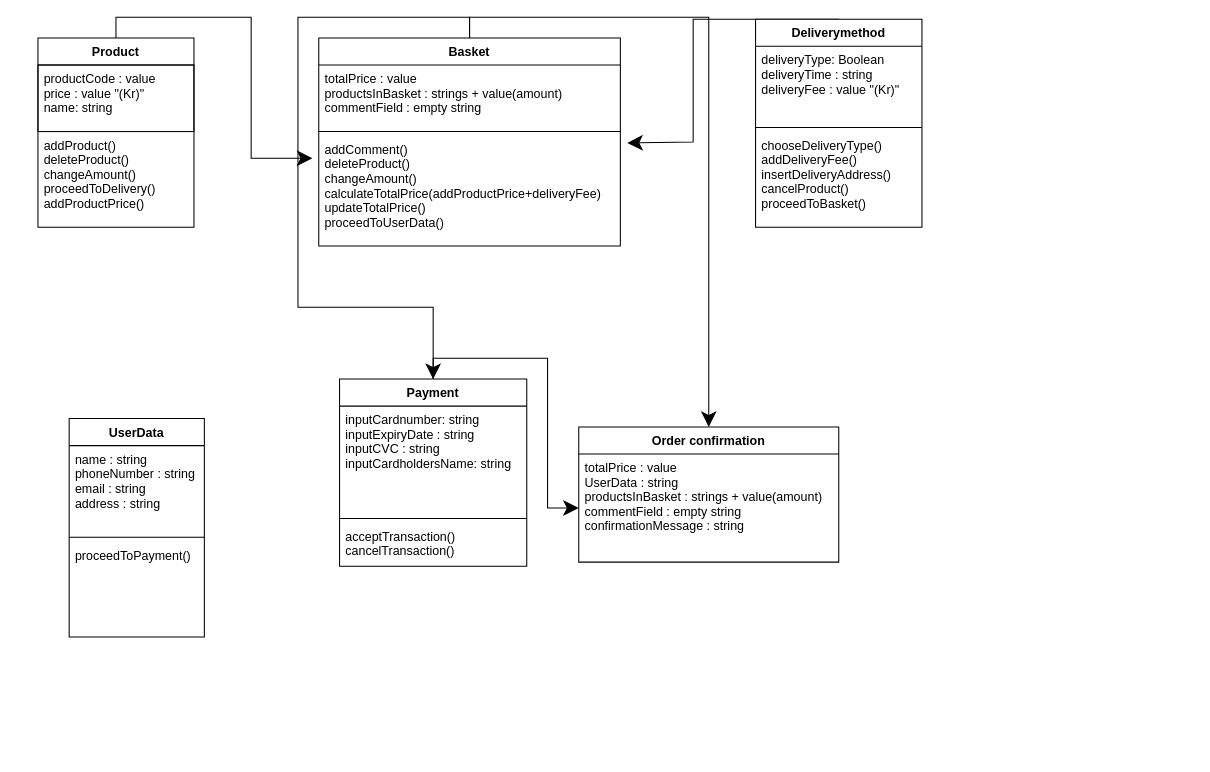
This is Untitled Diagram.drawio from akpe19ab/Sloth-Systems, a draw.io file, before an edit. Source tidied: cells renumbered, new cells numbered last; positions are measured from the earlier drawing's top-left corner, leaving out a move shared by most shapes. Both pictures are drawn from the tidied source at 104%, with x=0, y=0 at pixel (37, 19).
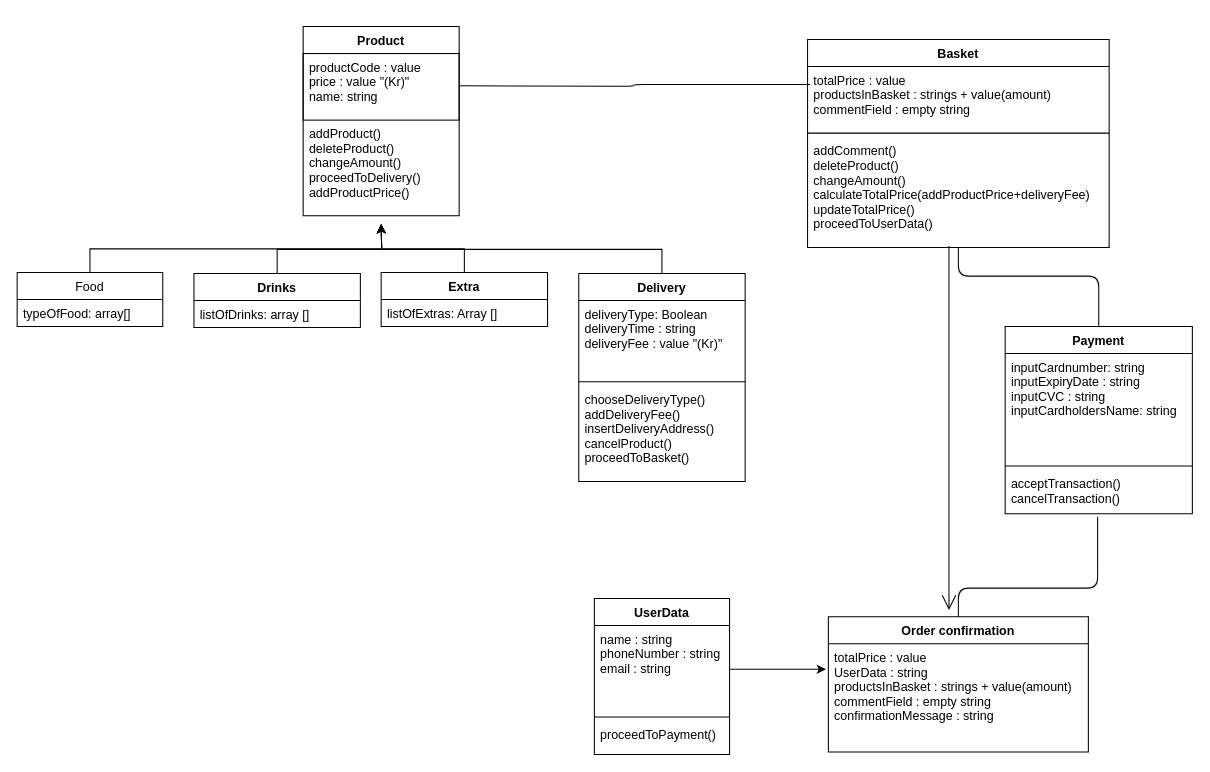
Above is the later version.

The change refers to these unchanged cells:
```xml
<mxCell id="18" value="totalPrice : value&#10;productsInBasket : strings + value(amount)&#10;commentField : empty string" style="text;strokeColor=none;fillColor=none;align=left;verticalAlign=top;spacingLeft=4;spacingRight=4;overflow=hidden;points=[[0,0.5],[1,0.5]];portConstraint=eastwest;" parent="17" vertex="1">
  <mxGeometry y="26" width="290" height="60" as="geometry" />
</mxCell>
<mxCell id="20" value="addComment()&#10;deleteProduct()&#10;changeAmount()&#10;calculateTotalPrice(addProductPrice+deliveryFee)&#10;updateTotalPrice()&#10;proceedToUserData()" style="text;strokeColor=none;fillColor=none;align=left;verticalAlign=top;spacingLeft=4;spacingRight=4;overflow=hidden;points=[[0,0.5],[1,0.5]];portConstraint=eastwest;" parent="17" vertex="1">
  <mxGeometry y="94" width="290" height="106" as="geometry" />
</mxCell>
<mxCell id="25" value="acceptTransaction()&#10;cancelTransaction()" style="text;strokeColor=none;fillColor=none;align=left;verticalAlign=top;spacingLeft=4;spacingRight=4;overflow=hidden;points=[[0,0.5],[1,0.5]];portConstraint=eastwest;" parent="22" vertex="1">
  <mxGeometry y="138" width="180" height="42" as="geometry" />
</mxCell>
<mxCell id="27" value="totalPrice : value&#10;UserData : string&#10;productsInBasket : strings + value(amount)&#10;commentField : empty string&#10;confirmationMessage : string&#10;" style="text;strokeColor=none;fillColor=none;align=left;verticalAlign=top;spacingLeft=4;spacingRight=4;overflow=hidden;points=[[0,0.5],[1,0.5]];portConstraint=eastwest;" parent="26" vertex="1">
  <mxGeometry y="26" width="250" height="104" as="geometry" />
</mxCell>
```

Diff of the diagram source:
```diff
@@
     <mxCell id="2" value="UserData" style="swimlane;fontStyle=1;align=center;verticalAlign=top;horizontal=1;startSize=26;" parent="1" vertex="1">
-      <mxGeometry x="30" y="384" width="130" height="210" as="geometry" />
+      <mxGeometry x="535" y="557" width="130" height="150" as="geometry" />
     </mxCell>
-    <mxCell id="3" value="name : string&#10;phoneNumber : string&#10;email : string&#10;address : string&#10;" style="text;strokeColor=none;fillColor=none;align=left;verticalAlign=top;spacingLeft=4;spacingRight=4;overflow=hidden;points=[[0,0.5],[1,0.5]];portConstraint=eastwest;" parent="2" vertex="1">
+    <mxCell id="3" value="name : string&#10;phoneNumber : string&#10;email : string&#10;" style="text;strokeColor=none;fillColor=none;align=left;verticalAlign=top;spacingLeft=4;spacingRight=4;overflow=hidden;points=[[0,0.5],[1,0.5]];portConstraint=eastwest;" parent="2" vertex="1">
       <mxGeometry y="26" width="130" height="84" as="geometry" />
     </mxCell>
@@
     <mxCell id="5" value="proceedToPayment()&#10;" style="text;strokeColor=none;fillColor=none;align=left;verticalAlign=top;spacingLeft=4;spacingRight=4;overflow=hidden;" parent="2" vertex="1">
-      <mxGeometry y="118" width="130" height="92" as="geometry" />
+      <mxGeometry y="118" width="130" height="32" as="geometry" />
     </mxCell>
-    <mxCell id="6" style="edgeStyle=orthogonalEdgeStyle;rounded=0;jettySize=auto;html=1;exitX=0.5;exitY=0;exitDx=0;exitDy=0;entryX=-0.021;entryY=0.204;entryDx=0;entryDy=0;entryPerimeter=0;startSize=12;sourcePerimeterSpacing=0;endSize=12;fontSize=11;" parent="1" edge="1" source="7" target="20">
-      <mxGeometry relative="1" as="geometry" />
-    </mxCell>
     <mxCell id="7" value="Product" style="swimlane;fontStyle=1;align=center;verticalAlign=top;horizontal=1;startSize=26;" parent="1" vertex="1">
-      <mxGeometry y="18" width="150" height="182" as="geometry" />
+      <mxGeometry x="255" y="7" width="150" height="182" as="geometry" />
     </mxCell>
@@
-    <mxCell id="10" style="edgeStyle=orthogonalEdgeStyle;rounded=0;jettySize=auto;html=1;exitX=0.5;exitY=0;exitDx=0;exitDy=0;entryX=1.023;entryY=0.066;entryDx=0;entryDy=0;entryPerimeter=0;startSize=12;sourcePerimeterSpacing=0;endSize=12;fontSize=11;" parent="1" edge="1" source="11" target="20">
-      <mxGeometry relative="1" as="geometry">
-        <Array as="points">
-          <mxPoint x="630" />
-          <mxPoint x="630" y="118" />
-        </Array>
-      </mxGeometry>
-    </mxCell>
-    <mxCell id="11" value="Deliverymethod" style="swimlane;fontStyle=1;align=center;verticalAlign=top;horizontal=1;startSize=26;" parent="1" vertex="1">
-      <mxGeometry x="690" width="160" height="200" as="geometry" />
-    </mxCell>
-    <mxCell id="12" value="deliveryType: Boolean&#10;deliveryTime : string&#10;deliveryFee : value &quot;(Kr)&quot;" style="text;strokeColor=none;fillColor=none;align=left;verticalAlign=top;spacingLeft=4;spacingRight=4;overflow=hidden;" parent="11" vertex="1">
-      <mxGeometry y="26" width="160" height="74" as="geometry" />
-    </mxCell>
-    <mxCell id="13" style="line;strokeWidth=1;fillColor=none;align=left;verticalAlign=middle;spacingTop=-1;spacingLeft=3;spacingRight=3;labelPosition=right;" parent="11" vertex="1">
-      <mxGeometry y="100" width="160" height="8" as="geometry" />
-    </mxCell>
-    <mxCell id="14" value="chooseDeliveryType()&#10;addDeliveryFee()&#10;insertDeliveryAddress()&#10;cancelProduct()&#10;proceedToBasket()" style="text;strokeColor=none;fillColor=none;align=left;verticalAlign=top;spacingLeft=4;spacingRight=4;overflow=hidden;" parent="11" vertex="1">
-      <mxGeometry y="108" width="160" height="92" as="geometry" />
-    </mxCell>
-    <mxCell id="15" style="edgeStyle=orthogonalEdgeStyle;rounded=0;jettySize=auto;html=1;exitX=0.5;exitY=0;exitDx=0;exitDy=0;startSize=12;sourcePerimeterSpacing=0;endSize=12;fontSize=11;" parent="1" edge="1" source="17" target="22">
-      <mxGeometry relative="1" as="geometry" />
-    </mxCell>
-    <mxCell id="16" style="edgeStyle=orthogonalEdgeStyle;rounded=0;jettySize=auto;html=1;exitX=0.5;exitY=0;exitDx=0;exitDy=0;startSize=12;sourcePerimeterSpacing=0;endSize=12;fontSize=11;" parent="1" edge="1" source="17" target="26">
-      <mxGeometry relative="1" as="geometry" />
-    </mxCell>
     <mxCell id="17" value="Basket" style="swimlane;fontStyle=1;align=center;verticalAlign=top;horizontal=1;startSize=26;" parent="1" vertex="1">
-      <mxGeometry x="270" y="18" width="290" height="200" as="geometry" />
+      <mxGeometry x="740" y="19.5" width="290" height="200" as="geometry" />
     </mxCell>
@@
-    <mxCell id="21" style="edgeStyle=orthogonalEdgeStyle;rounded=0;jettySize=auto;html=1;exitX=0.5;exitY=0;exitDx=0;exitDy=0;startSize=12;sourcePerimeterSpacing=0;endSize=12;fontSize=11;" parent="1" edge="1" source="22" target="27">
-      <mxGeometry relative="1" as="geometry" />
-    </mxCell>
     <mxCell id="22" value="Payment" style="swimlane;fontStyle=1;align=center;verticalAlign=top;horizontal=1;startSize=26;strokeColor=#000000;" parent="1" vertex="1">
-      <mxGeometry x="290" y="346" width="180" height="180" as="geometry" />
+      <mxGeometry x="930" y="295.5" width="180" height="180" as="geometry" />
     </mxCell>
@@
     <mxCell id="26" value="Order confirmation" style="swimlane;fontStyle=1;align=center;verticalAlign=top;horizontal=1;startSize=26;strokeColor=#000000;" parent="1" vertex="1">
-      <mxGeometry x="520" y="392" width="250" height="130" as="geometry" />
+      <mxGeometry x="760" y="574.5" width="250" height="130" as="geometry" />
     </mxCell>
@@
+    <mxCell id="28" style="edgeStyle=orthogonalEdgeStyle;rounded=0;jettySize=auto;html=1;exitX=0.5;exitY=0;exitDx=0;exitDy=0;" parent="1" edge="1" source="29">
+      <mxGeometry relative="1" as="geometry">
+        <mxPoint x="330" y="197" as="targetPoint" />
+      </mxGeometry>
+    </mxCell>
+    <mxCell id="29" value="Drinks" style="swimlane;fontStyle=1;align=center;verticalAlign=top;horizontal=1;startSize=26;" parent="1" vertex="1">
+      <mxGeometry x="150" y="244.5" width="160" height="52" as="geometry" />
+    </mxCell>
+    <mxCell id="30" value="listOfDrinks: array []" style="text;strokeColor=none;fillColor=none;align=left;verticalAlign=top;spacingLeft=4;spacingRight=4;overflow=hidden;" parent="29" vertex="1">
+      <mxGeometry y="26" width="160" height="26" as="geometry" />
+    </mxCell>
+    <mxCell id="31" style="edgeStyle=orthogonalEdgeStyle;rounded=0;jettySize=auto;html=1;exitX=0.5;exitY=0;exitDx=0;exitDy=0;" parent="1" edge="1" source="32">
+      <mxGeometry relative="1" as="geometry">
+        <mxPoint x="330" y="197" as="targetPoint" />
+      </mxGeometry>
+    </mxCell>
+    <mxCell id="32" value="Extra" style="swimlane;fontStyle=1;align=center;verticalAlign=top;horizontal=1;startSize=26;" parent="1" vertex="1">
+      <mxGeometry x="330" y="243.5" width="160" height="52" as="geometry" />
+    </mxCell>
+    <mxCell id="33" value="listOfExtras: Array []" style="text;strokeColor=none;fillColor=none;align=left;verticalAlign=top;spacingLeft=4;spacingRight=4;overflow=hidden;" parent="32" vertex="1">
+      <mxGeometry y="26" width="160" height="26" as="geometry" />
+    </mxCell>
+    <mxCell id="34" style="edgeStyle=orthogonalEdgeStyle;rounded=0;jettySize=auto;html=1;exitX=0.5;exitY=0;exitDx=0;exitDy=0;" parent="1" edge="1" source="35">
+      <mxGeometry relative="1" as="geometry">
+        <mxPoint x="330" y="197" as="targetPoint" />
+      </mxGeometry>
+    </mxCell>
+    <mxCell id="35" value="Delivery" style="swimlane;fontStyle=1;align=center;verticalAlign=top;horizontal=1;startSize=26;" parent="1" vertex="1">
+      <mxGeometry x="520" y="244.5" width="160" height="200" as="geometry" />
+    </mxCell>
+    <mxCell id="12" value="deliveryType: Boolean&#10;deliveryTime : string&#10;deliveryFee : value &quot;(Kr)&quot;" style="text;strokeColor=none;fillColor=none;align=left;verticalAlign=top;spacingLeft=4;spacingRight=4;overflow=hidden;" parent="35" vertex="1">
+      <mxGeometry y="26" width="160" height="74" as="geometry" />
+    </mxCell>
+    <mxCell id="13" style="line;strokeWidth=1;fillColor=none;align=left;verticalAlign=middle;spacingTop=-1;spacingLeft=3;spacingRight=3;labelPosition=right;" parent="35" vertex="1">
+      <mxGeometry y="100" width="160" height="8" as="geometry" />
+    </mxCell>
+    <mxCell id="14" value="chooseDeliveryType()&#10;addDeliveryFee()&#10;insertDeliveryAddress()&#10;cancelProduct()&#10;proceedToBasket()" style="text;strokeColor=none;fillColor=none;align=left;verticalAlign=top;spacingLeft=4;spacingRight=4;overflow=hidden;" parent="35" vertex="1">
+      <mxGeometry y="108" width="160" height="92" as="geometry" />
+    </mxCell>
+    <mxCell id="36" style="endArrow=none;html=1;edgeStyle=orthogonalEdgeStyle;entryX=0.5;entryY=0;entryDx=0;entryDy=0;" parent="1" edge="1" target="22">
+      <mxGeometry relative="1" as="geometry">
+        <mxPoint x="885" y="220" as="sourcePoint" />
+        <Array as="points">
+          <mxPoint x="885" y="247" />
+          <mxPoint x="1020" y="247" />
+        </Array>
+      </mxGeometry>
+    </mxCell>
+    <mxCell id="37" style="edgeStyle=orthogonalEdgeStyle;rounded=0;jettySize=auto;html=1;exitX=1;exitY=0.5;exitDx=0;exitDy=0;entryX=-0.009;entryY=0.236;entryDx=0;entryDy=0;entryPerimeter=0;" parent="1" edge="1" source="3" target="27">
+      <mxGeometry relative="1" as="geometry" />
+    </mxCell>
+    <mxCell id="38" style="endArrow=none;html=1;edgeStyle=orthogonalEdgeStyle;entryX=0.494;entryY=1.067;entryDx=0;entryDy=0;entryPerimeter=0;exitX=0.5;exitY=0;exitDx=0;exitDy=0;" parent="1" edge="1" source="26" target="25">
+      <mxGeometry relative="1" as="geometry">
+        <Array as="points">
+          <mxPoint x="885" y="547" />
+          <mxPoint x="1018" y="547" />
+        </Array>
+      </mxGeometry>
+    </mxCell>
+    <mxCell id="39" style="endArrow=open;endFill=1;endSize=12;html=1;" parent="1" edge="1">
+      <mxGeometry relative="1" as="geometry">
+        <mxPoint x="876" y="218" as="sourcePoint" />
+        <mxPoint x="876" y="568" as="targetPoint" />
+      </mxGeometry>
+    </mxCell>
+    <mxCell id="40" style="endArrow=none;html=1;edgeStyle=orthogonalEdgeStyle;entryX=0.008;entryY=0.288;entryDx=0;entryDy=0;entryPerimeter=0;" parent="1" edge="1" target="18">
+      <mxGeometry relative="1" as="geometry">
+        <mxPoint x="405" y="64" as="sourcePoint" />
+      </mxGeometry>
+    </mxCell>
+    <mxCell id="41" style="edgeStyle=orthogonalEdgeStyle;rounded=0;jettySize=auto;html=1;exitX=0.5;exitY=0;exitDx=0;exitDy=0;" parent="1" edge="1" source="42">
+      <mxGeometry relative="1" as="geometry">
+        <mxPoint x="330" y="197" as="targetPoint" />
+      </mxGeometry>
+    </mxCell>
+    <mxCell id="42" value="Food" style="swimlane;fontStyle=0;horizontal=1;startSize=26;fillColor=none;" parent="1" vertex="1">
+      <mxGeometry x="-20" y="243.5" width="140" height="52" as="geometry" />
+    </mxCell>
+    <mxCell id="43" value="typeOfFood: array[]" style="text;strokeColor=none;fillColor=none;align=left;verticalAlign=top;spacingLeft=4;spacingRight=4;overflow=hidden;" parent="42" vertex="1">
+      <mxGeometry y="26" width="140" height="26" as="geometry" />
+    </mxCell>
```
